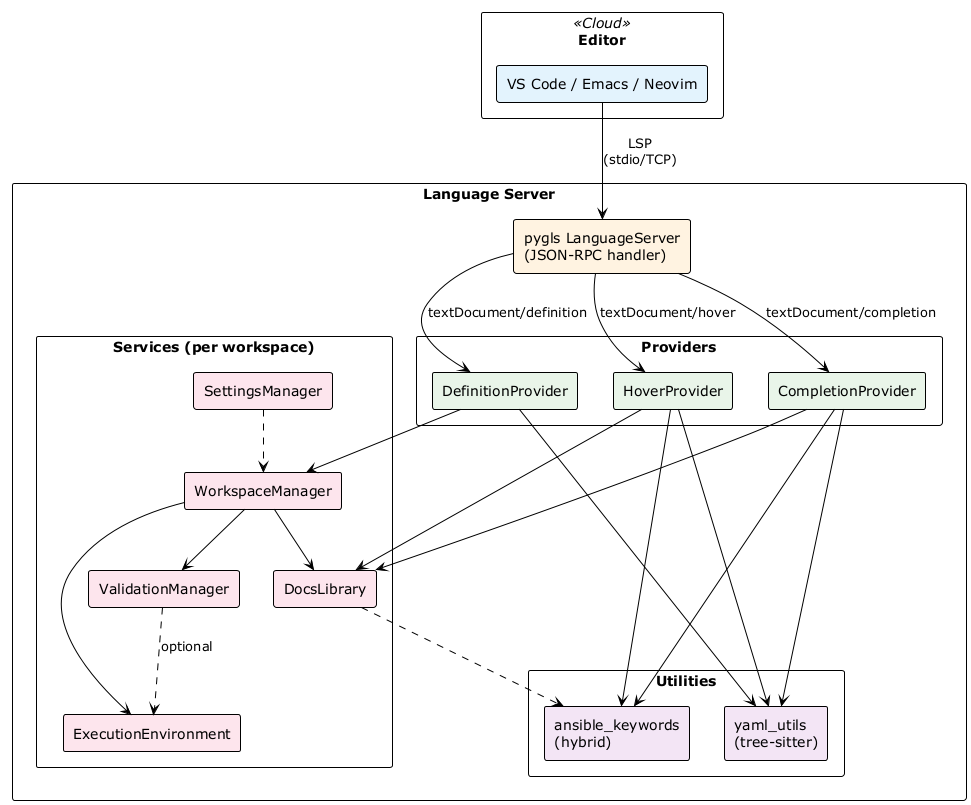
Tremolo-Labs/ansible-language-server keeps this PlantUML diagram as images/architecture.png. Above is the earlier version.
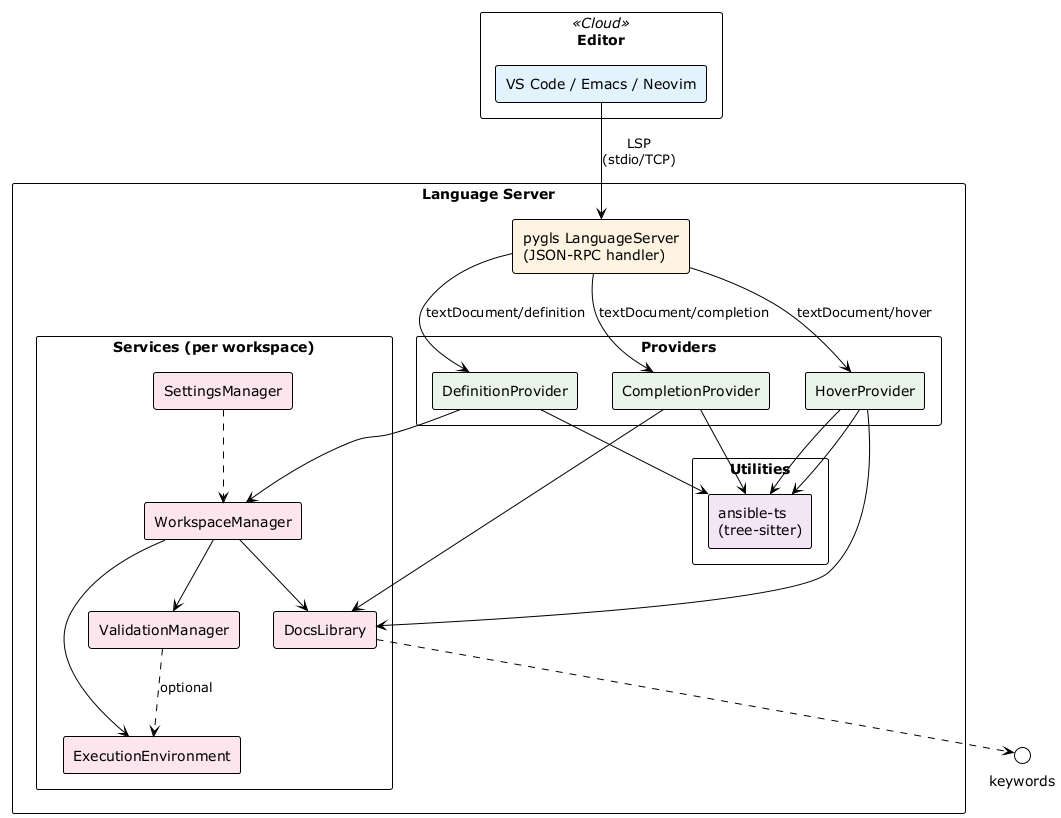
After the commit.

Diff of the diagram source:
```diff
@@ -25,8 +25,7 @@
   }
 
   package "Utilities" {
-    [yaml_utils\n(tree-sitter)] as yaml #f3e5f5
-    [ansible_keywords\n(hybrid)] as keywords #f3e5f5
+    [ansible-ts\n(tree-sitter)] as ansible_ts #f3e5f5
   }
 }
 
@@ -36,12 +35,11 @@
 pygls -down-> definition : textDocument/definition
 
 hover -down-> docs
-hover -down-> yaml
-hover -down-> keywords
+hover -down-> ansible_ts
+hover -down-> ansible_ts
 completion -down-> docs
-completion -down-> yaml
-completion -down-> keywords
-definition -down-> yaml
+completion -down-> ansible_ts
+definition -down-> ansible_ts
 definition -down-> workspace
 
 settings .down.> workspace
```
